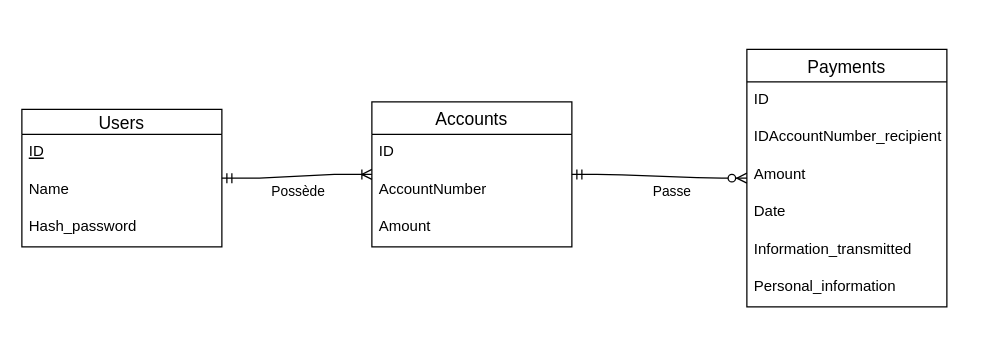
The draw.io diagram Documentation/MCD.drawio in Trobinsch/TPI_RSZ, before the edit. Source tidied: cells renumbered, new cells numbered last; positions are measured from the earlier drawing's top-left corner, leaving out a move shared by most shapes. Both pictures are drawn from the tidied source at 125%, with x=0, y=0 at pixel (21, 49).
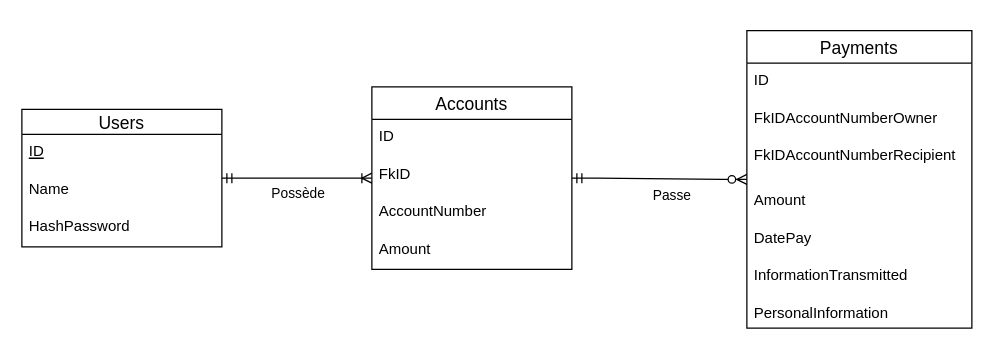
After the change.

Unchanged cells that the change refers to:
```xml
<mxCell id="2" value="Users" style="swimlane;fontStyle=0;horizontal=1;startSize=20;align=center;fontSize=14;" parent="1" vertex="1">
  <mxGeometry y="48" width="160" height="110" as="geometry" />
</mxCell>
```

Change to the diagram source:
```diff
@@
-    <mxCell id="5" value="Hash_password" style="text;strokeColor=none;fillColor=none;spacingLeft=4;spacingRight=4;overflow=hidden;fontSize=12;" parent="2" vertex="1">
+    <mxCell id="5" value="HashPassword" style="text;strokeColor=none;fillColor=none;spacingLeft=4;spacingRight=4;overflow=hidden;fontSize=12;" parent="2" vertex="1">
       <mxGeometry y="80" width="160" height="30" as="geometry" />
     </mxCell>
+    <mxCell id="21" style="edgeStyle=orthogonalEdgeStyle;rounded=0;orthogonalLoop=1;jettySize=auto;html=1;exitX=1;exitY=0;exitDx=0;exitDy=0;entryX=1;entryY=0;entryDx=0;entryDy=0;" parent="1" edge="1" source="6" target="6">
+      <mxGeometry relative="1" as="geometry" />
+    </mxCell>
     <mxCell id="6" value="Payments" style="swimlane;fontStyle=0;horizontal=1;startSize=26;align=center;fontSize=14;" parent="1" vertex="1">
-      <mxGeometry x="580" width="160" height="206" as="geometry" />
+      <mxGeometry x="580" y="-15" width="180" height="238" as="geometry" />
     </mxCell>
     <mxCell id="7" value="ID" style="text;strokeColor=none;fillColor=none;spacingLeft=4;spacingRight=4;overflow=hidden;fontSize=12;" parent="6" vertex="1">
-      <mxGeometry y="26" width="160" height="30" as="geometry" />
+      <mxGeometry y="26" width="180" height="30" as="geometry" />
     </mxCell>
+    <mxCell id="22" value="FkIDAccountNumberOwner" style="text;strokeColor=none;fillColor=none;spacingLeft=4;spacingRight=4;overflow=hidden;fontSize=12;" parent="6" vertex="1">
+      <mxGeometry y="56" width="180" height="30" as="geometry" />
+    </mxCell>
-    <mxCell id="8" value="IDAccountNumber_recipient" style="text;strokeColor=none;fillColor=none;spacingLeft=4;spacingRight=4;overflow=hidden;fontSize=12;" parent="6" vertex="1">
-      <mxGeometry y="56" width="160" height="30" as="geometry" />
+    <mxCell id="8" value="FkIDAccountNumberRecipient" style="text;strokeColor=none;fillColor=none;spacingLeft=4;spacingRight=4;overflow=hidden;fontSize=12;" parent="6" vertex="1">
+      <mxGeometry y="86" width="180" height="36" as="geometry" />
     </mxCell>
     <mxCell id="9" value="Amount" style="text;strokeColor=none;fillColor=none;spacingLeft=4;spacingRight=4;overflow=hidden;fontSize=12;" parent="6" vertex="1">
-      <mxGeometry y="86" width="160" height="30" as="geometry" />
+      <mxGeometry y="122" width="180" height="30" as="geometry" />
     </mxCell>
-    <mxCell id="10" value="Date" style="text;strokeColor=none;fillColor=none;spacingLeft=4;spacingRight=4;overflow=hidden;fontSize=12;" parent="6" vertex="1">
-      <mxGeometry y="116" width="160" height="30" as="geometry" />
+    <mxCell id="10" value="DatePay" style="text;strokeColor=none;fillColor=none;spacingLeft=4;spacingRight=4;overflow=hidden;fontSize=12;" parent="6" vertex="1">
+      <mxGeometry y="152" width="180" height="30" as="geometry" />
     </mxCell>
-    <mxCell id="11" value="Information_transmitted" style="text;strokeColor=none;fillColor=none;spacingLeft=4;spacingRight=4;overflow=hidden;fontSize=12;" parent="6" vertex="1">
-      <mxGeometry y="146" width="160" height="30" as="geometry" />
+    <mxCell id="11" value="InformationTransmitted" style="text;strokeColor=none;fillColor=none;spacingLeft=4;spacingRight=4;overflow=hidden;fontSize=12;" parent="6" vertex="1">
+      <mxGeometry y="182" width="180" height="30" as="geometry" />
     </mxCell>
-    <mxCell id="12" value="Personal_information" style="text;strokeColor=none;fillColor=none;spacingLeft=4;spacingRight=4;overflow=hidden;fontSize=12;" parent="6" vertex="1">
-      <mxGeometry y="176" width="160" height="30" as="geometry" />
+    <mxCell id="12" value="PersonalInformation" style="text;strokeColor=none;fillColor=none;spacingLeft=4;spacingRight=4;overflow=hidden;fontSize=12;" parent="6" vertex="1">
+      <mxGeometry y="212" width="180" height="26" as="geometry" />
     </mxCell>
@@
     <mxCell id="15" value="Accounts" style="swimlane;fontStyle=0;horizontal=1;startSize=26;align=center;fontSize=14;" parent="1" vertex="1">
-      <mxGeometry x="280" y="42" width="160" height="116" as="geometry" />
+      <mxGeometry x="280" y="30" width="160" height="146" as="geometry" />
     </mxCell>
@@
+    <mxCell id="23" value="FkID" style="text;strokeColor=none;fillColor=none;spacingLeft=4;spacingRight=4;overflow=hidden;fontSize=12;" parent="15" vertex="1">
+      <mxGeometry y="56" width="160" height="30" as="geometry" />
+    </mxCell>
     <mxCell id="17" value="AccountNumber" style="text;strokeColor=none;fillColor=none;spacingLeft=4;spacingRight=4;overflow=hidden;fontSize=12;" parent="15" vertex="1">
-      <mxGeometry y="56" width="160" height="30" as="geometry" />
+      <mxGeometry y="86" width="160" height="30" as="geometry" />
     </mxCell>
     <mxCell id="18" value="Amount" style="text;strokeColor=none;fillColor=none;spacingLeft=4;spacingRight=4;overflow=hidden;fontSize=12;" parent="15" vertex="1">
-      <mxGeometry y="86" width="160" height="30" as="geometry" />
+      <mxGeometry y="116" width="160" height="30" as="geometry" />
     </mxCell>
```
